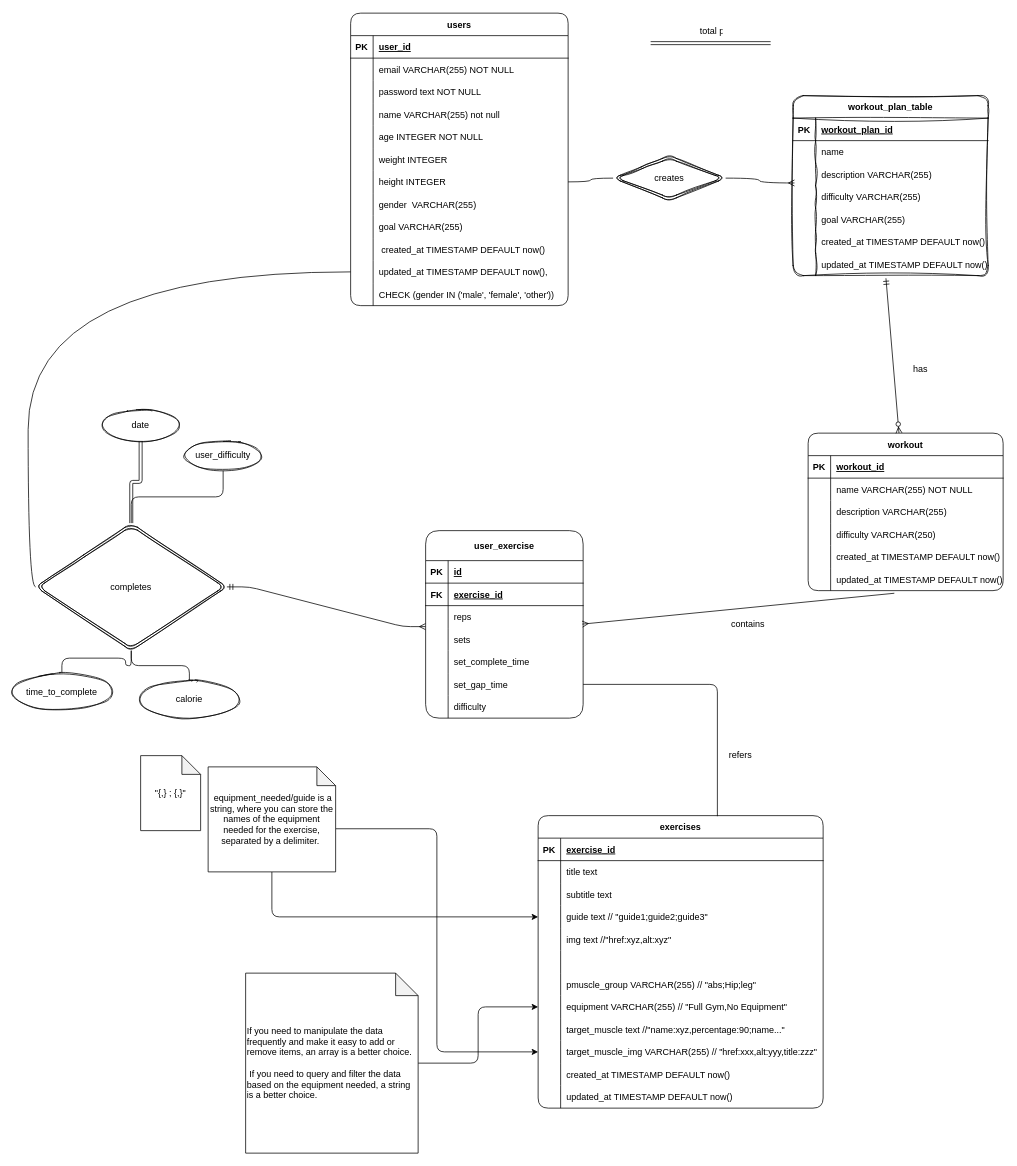
Above: page "ER-Diagram" (2 of 4) of design/db-schema.drawio in Pankaj5466/workout-full-app (draw.io), before the change. Source tidied: cells renumbered, new cells numbered last; positions are measured from the earlier drawing's top-left corner, leaving out a move shared by most shapes. Both pictures are drawn from the tidied source at 75%, with x=0, y=0 at pixel (13, 13).
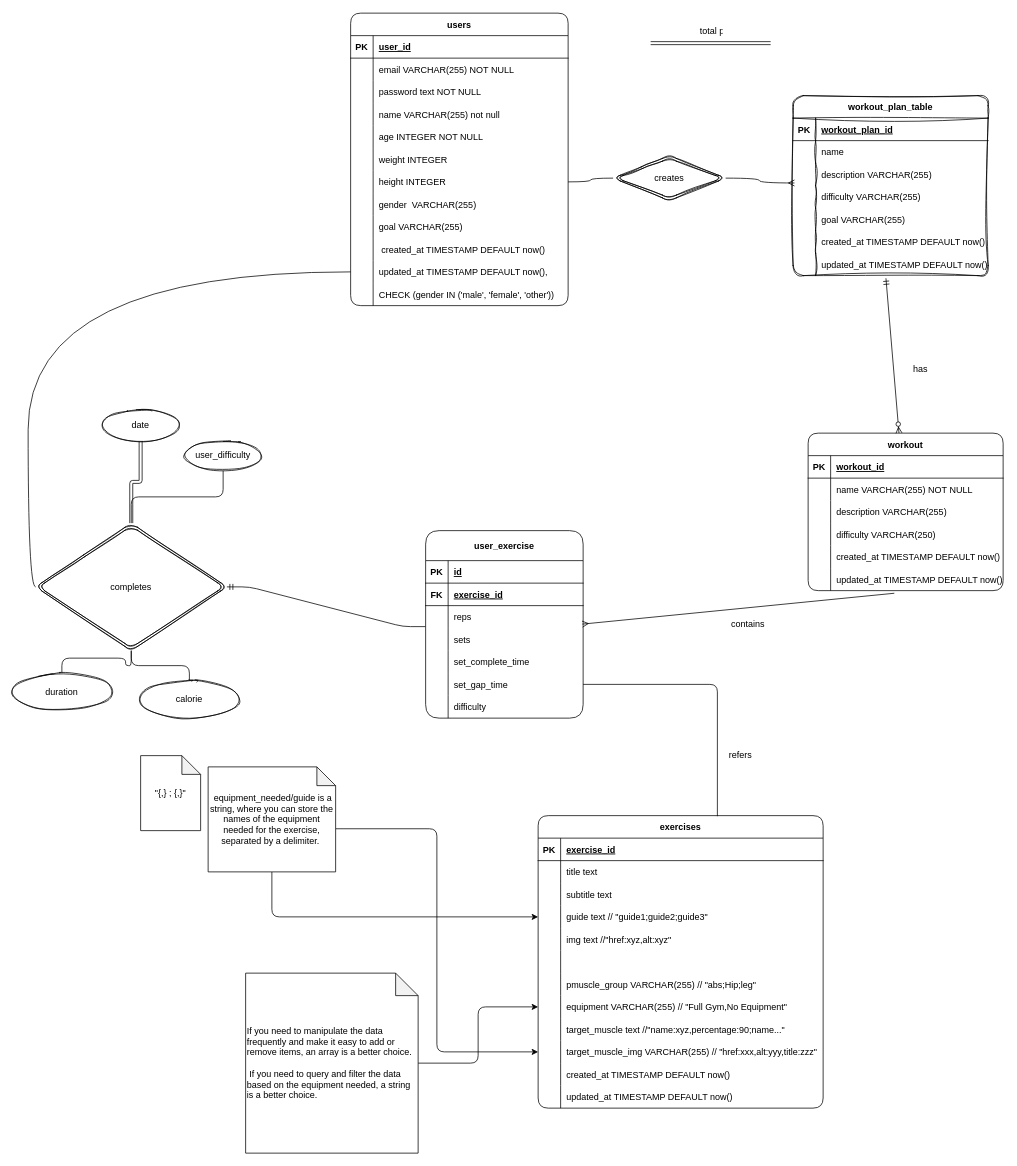
The same diagram, later.

Commit message (it also covers changes not shown here):
added COMPOSITE PK for user_complete table"

The change refers to these unchanged cells:
```xml
<mxCell id="129" value="completes" style="shape=rhombus;double=1;perimeter=rhombusPerimeter;whiteSpace=wrap;html=1;align=center;rounded=1;sketch=1;" parent="1" vertex="1">
  <mxGeometry x="30" y="680" width="255" height="170" as="geometry" />
</mxCell>
<mxCell id="147" style="shape=partialRectangle;fillColor=none;points=[[0,0.5],[1,0.5]];portConstraint=eastwest;top=0;left=0;right=0;bottom=0;rounded=1;" parent="140" vertex="1">
  <mxGeometry y="100" width="210" height="30" as="geometry" />
</mxCell>
```

The edit, as a diff of the source:
```diff
@@
-    <mxCell id="128" style="edgeStyle=entityRelationEdgeStyle;fontSize=12;html=1;endArrow=ERmany;startArrow=ERmandOne;rounded=1;strokeColor=default;endFill=0;entryX=-0.001;entryY=0.933;entryDx=0;entryDy=0;entryPerimeter=0;" parent="1" edge="1" source="129" target="147">
+    <mxCell id="128" style="edgeStyle=entityRelationEdgeStyle;fontSize=12;html=1;endArrow=none;startArrow=ERmandOne;rounded=1;strokeColor=default;endFill=0;entryX=-0.001;entryY=0.933;entryDx=0;entryDy=0;entryPerimeter=0;" parent="1" edge="1" source="129" target="147">
       <mxGeometry relative="1" as="geometry" />
     </mxCell>
@@
-    <mxCell id="167" value="time_to_complete" style="ellipse;whiteSpace=wrap;html=1;align=center;rounded=1;sketch=1;" parent="1" vertex="1">
+    <mxCell id="167" value="duration" style="ellipse;whiteSpace=wrap;html=1;align=center;rounded=1;sketch=1;" parent="1" vertex="1">
       <mxGeometry y="880" width="130" height="50" as="geometry" />
     </mxCell>
```
